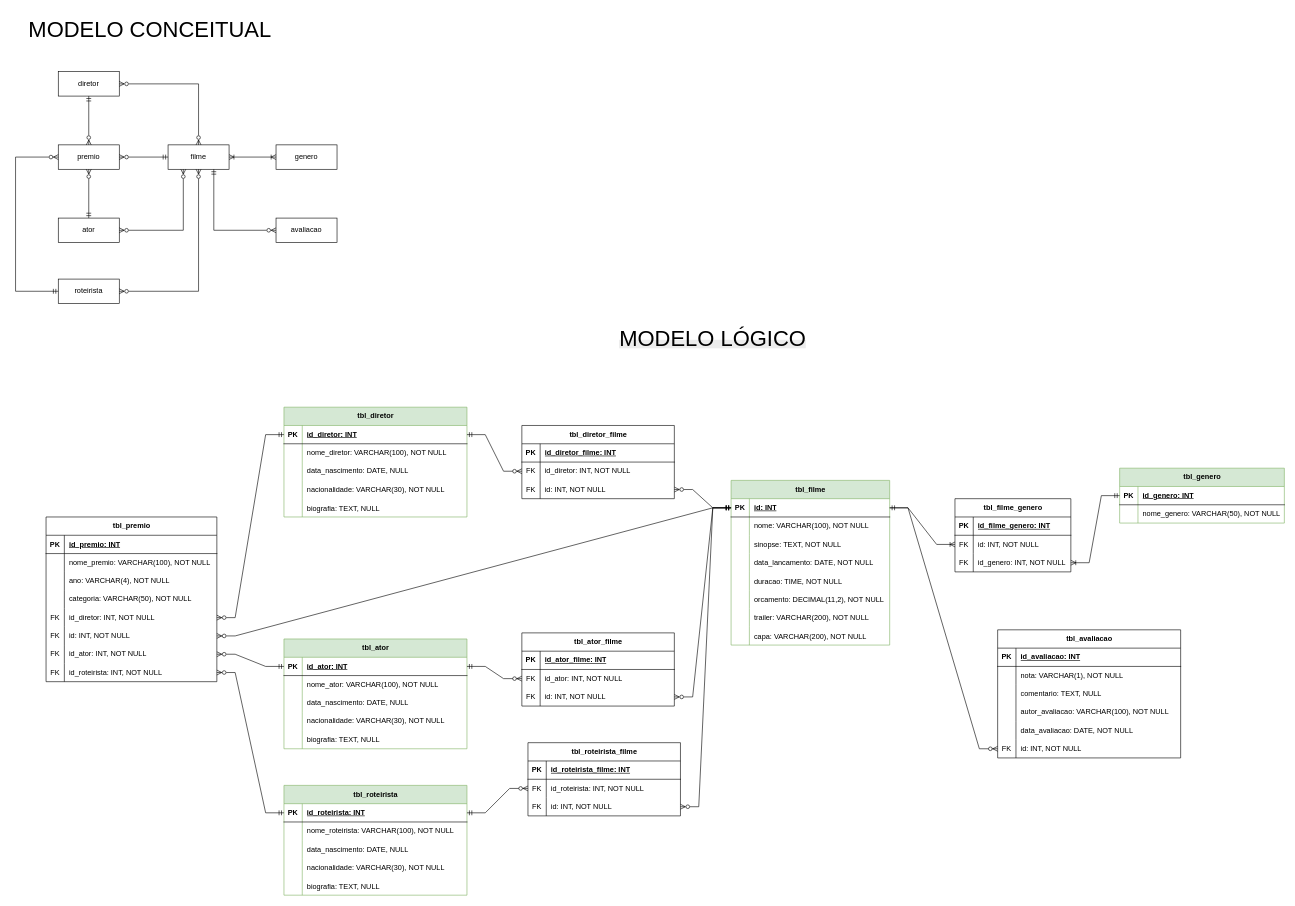
Earlier version of the draw.io diagram database/modelagem-db-locadora.drawio (marcelo23vds/api-locadora). Source tidied: cells renumbered, new cells numbered last; positions are measured from the earlier drawing's top-left corner, leaving out a move shared by most shapes. Both pictures are drawn from the tidied source at 61%, with x=0, y=0 at pixel (15, 10).
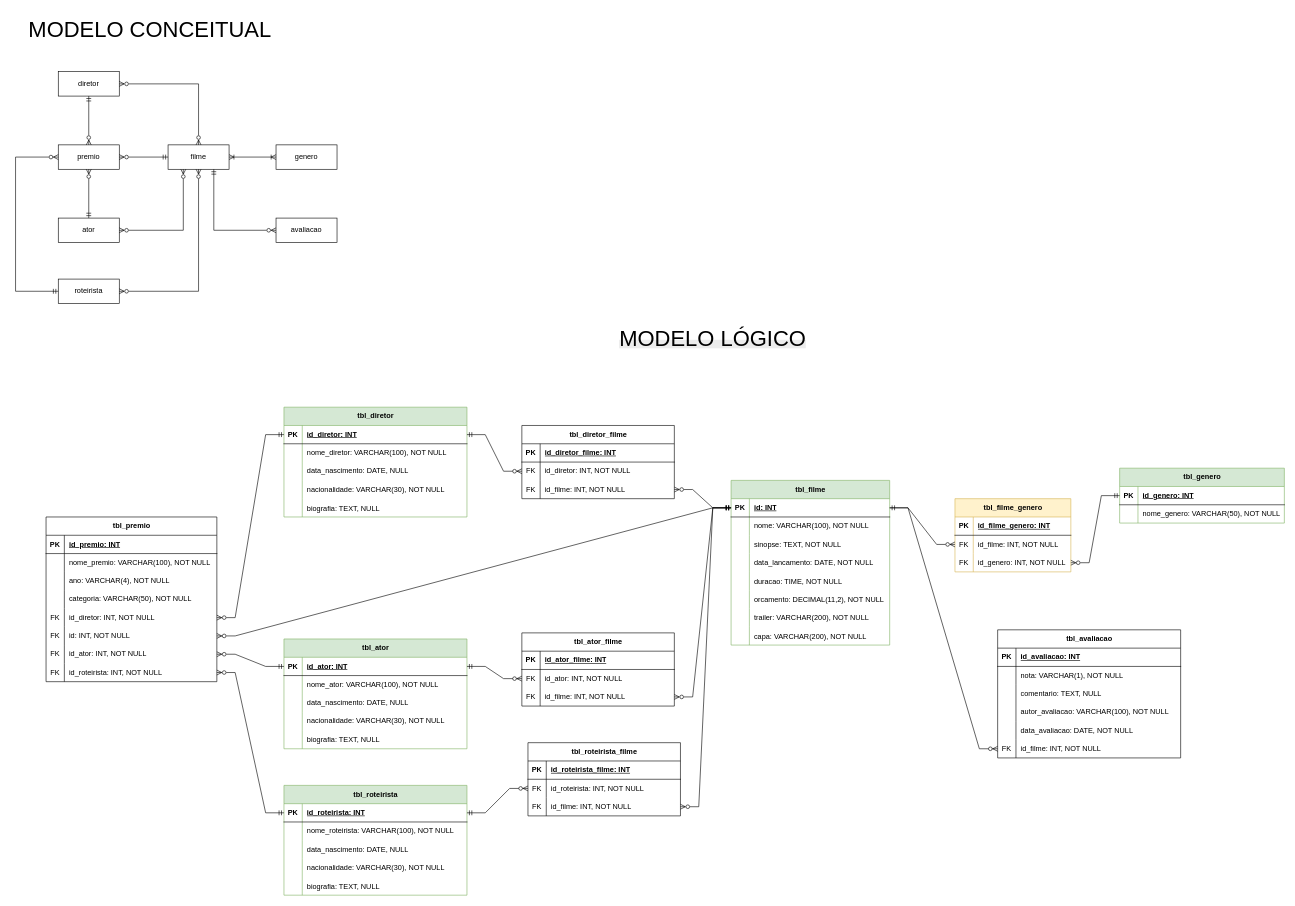
The same diagram, later.

The change refers to these unchanged cells:
```xml
<mxCell id="14" style="shape=tableRow;horizontal=0;startSize=0;swimlaneHead=0;swimlaneBody=0;fillColor=none;points=[[0,0.5],[1,0.5]];portConstraint=eastwest;top=0;left=0;right=0;bottom=1;" parent="13" vertex="1">
  <mxGeometry y="30" width="260" height="30" as="geometry" />
</mxCell>
<mxCell id="81" style="shape=tableRow;horizontal=0;startSize=0;swimlaneHead=0;swimlaneBody=0;fillColor=none;points=[[0,0.5],[1,0.5]];portConstraint=eastwest;top=0;left=0;right=0;bottom=1;" parent="80" vertex="1">
  <mxGeometry y="30" width="270" height="30" as="geometry" />
</mxCell>
<mxCell id="103" style="shape=tableRow;horizontal=0;startSize=0;swimlaneHead=0;swimlaneBody=0;fillColor=none;points=[[0,0.5],[1,0.5]];portConstraint=eastwest;top=0;left=0;right=0;bottom=0;" parent="87" vertex="1">
  <mxGeometry y="180" width="300" height="30" as="geometry" />
</mxCell>
<mxCell id="113" style="shape=tableRow;horizontal=0;startSize=0;swimlaneHead=0;swimlaneBody=0;fillColor=none;points=[[0,0.5],[1,0.5]];portConstraint=eastwest;top=0;left=0;right=0;bottom=0;" parent="106" vertex="1">
  <mxGeometry y="90" width="250" height="30" as="geometry" />
</mxCell>
<mxCell id="120" style="shape=tableRow;horizontal=0;startSize=0;swimlaneHead=0;swimlaneBody=0;fillColor=none;points=[[0,0.5],[1,0.5]];portConstraint=eastwest;top=0;left=0;right=0;bottom=0;" parent="116" vertex="1">
  <mxGeometry y="60" width="190" height="30" as="geometry" />
</mxCell>
<mxCell id="123" style="shape=tableRow;horizontal=0;startSize=0;swimlaneHead=0;swimlaneBody=0;fillColor=none;points=[[0,0.5],[1,0.5]];portConstraint=eastwest;top=0;left=0;right=0;bottom=0;" parent="116" vertex="1">
  <mxGeometry y="90" width="190" height="30" as="geometry" />
</mxCell>
<mxCell id="155" style="shape=tableRow;horizontal=0;startSize=0;swimlaneHead=0;swimlaneBody=0;fillColor=none;points=[[0,0.5],[1,0.5]];portConstraint=eastwest;top=0;left=0;right=0;bottom=0;" parent="148" vertex="1">
  <mxGeometry y="90" width="250" height="30" as="geometry" />
</mxCell>
<mxCell id="193" style="shape=tableRow;horizontal=0;startSize=0;swimlaneHead=0;swimlaneBody=0;fillColor=none;points=[[0,0.5],[1,0.5]];portConstraint=eastwest;top=0;left=0;right=0;bottom=0;" parent="186" vertex="1">
  <mxGeometry y="90" width="250" height="30" as="geometry" />
</mxCell>
```

Change to the diagram source:
```diff
@@
-    <mxCell id="105" value="id: INT, NOT NULL" style="shape=partialRectangle;fillColor=none;top=0;left=0;bottom=0;right=0;align=left;spacingLeft=6;fontStyle=0;overflow=hidden;whiteSpace=wrap;html=1;" parent="103" vertex="1">
+    <mxCell id="105" value="id_filme: INT, NOT NULL" style="shape=partialRectangle;fillColor=none;top=0;left=0;bottom=0;right=0;align=left;spacingLeft=6;fontStyle=0;overflow=hidden;whiteSpace=wrap;html=1;" parent="103" vertex="1">
       <mxGeometry x="30" width="270" height="30" as="geometry" />
     </mxCell>
@@
-    <mxCell id="115" value="id: INT, NOT NULL" style="shape=partialRectangle;fillColor=none;top=0;left=0;bottom=0;right=0;align=left;spacingLeft=6;fontStyle=0;overflow=hidden;whiteSpace=wrap;html=1;" parent="113" vertex="1">
+    <mxCell id="115" value="id_filme: INT, NOT NULL" style="shape=partialRectangle;fillColor=none;top=0;left=0;bottom=0;right=0;align=left;spacingLeft=6;fontStyle=0;overflow=hidden;whiteSpace=wrap;html=1;" parent="113" vertex="1">
       <mxGeometry x="30" width="220" height="30" as="geometry" />
     </mxCell>
-    <mxCell id="116" value="tbl_filme_genero" style="shape=table;startSize=30;childLayout=tableLayout;rowLines=0;fontStyle=1;align=center;html=1;" parent="1" vertex="1">
+    <mxCell id="116" value="tbl_filme_genero" style="shape=table;startSize=30;childLayout=tableLayout;rowLines=0;fontStyle=1;align=center;html=1;fillColor=#fff2cc;strokeColor=#d6b656;" parent="1" vertex="1">
       <mxGeometry x="1540" y="800" width="190" height="120" as="geometry" />
     </mxCell>
@@
-    <mxCell id="122" value="id: INT, NOT NULL" style="shape=partialRectangle;fillColor=none;top=0;left=0;bottom=0;right=0;align=left;spacingLeft=6;fontStyle=0;overflow=hidden;whiteSpace=wrap;html=1;" parent="120" vertex="1">
+    <mxCell id="122" value="id_filme: INT, NOT NULL" style="shape=partialRectangle;fillColor=none;top=0;left=0;bottom=0;right=0;align=left;spacingLeft=6;fontStyle=0;overflow=hidden;whiteSpace=wrap;html=1;" parent="120" vertex="1">
       <mxGeometry x="30" width="160" height="30" as="geometry" />
     </mxCell>
@@
-    <mxCell id="127" style="edgeStyle=entityRelationEdgeStyle;fontSize=12;html=1;endArrow=ERoneToMany;endFill=0;rounded=0;startArrow=ERmandOne;startFill=0;" parent="1" edge="1" source="14" target="120">
+    <mxCell id="127" style="edgeStyle=entityRelationEdgeStyle;fontSize=12;html=1;endArrow=ERzeroToMany;endFill=0;rounded=0;startArrow=ERmandOne;startFill=0;" parent="1" edge="1" source="14" target="120">
       <mxGeometry relative="1" as="geometry" />
     </mxCell>
-    <mxCell id="128" style="edgeStyle=entityRelationEdgeStyle;fontSize=12;html=1;endArrow=ERmandOne;endFill=0;rounded=0;startArrow=ERoneToMany;startFill=0;" parent="1" edge="1" source="123" target="81">
+    <mxCell id="128" style="edgeStyle=entityRelationEdgeStyle;fontSize=12;html=1;endArrow=ERmandOne;endFill=0;rounded=0;startArrow=ERzeroToMany;startFill=0;" parent="1" edge="1" source="123" target="81">
       <mxGeometry relative="1" as="geometry" />
     </mxCell>
@@
-    <mxCell id="157" value="id: INT, NOT NULL" style="shape=partialRectangle;fillColor=none;top=0;left=0;bottom=0;right=0;align=left;spacingLeft=6;fontStyle=0;overflow=hidden;whiteSpace=wrap;html=1;" parent="155" vertex="1">
+    <mxCell id="157" value="id_filme: INT, NOT NULL" style="shape=partialRectangle;fillColor=none;top=0;left=0;bottom=0;right=0;align=left;spacingLeft=6;fontStyle=0;overflow=hidden;whiteSpace=wrap;html=1;" parent="155" vertex="1">
       <mxGeometry x="30" width="220" height="30" as="geometry" />
     </mxCell>
@@
-    <mxCell id="195" value="id: INT, NOT NULL" style="shape=partialRectangle;fillColor=none;top=0;left=0;bottom=0;right=0;align=left;spacingLeft=6;fontStyle=0;overflow=hidden;whiteSpace=wrap;html=1;" parent="193" vertex="1">
+    <mxCell id="195" value="id_filme: INT, NOT NULL" style="shape=partialRectangle;fillColor=none;top=0;left=0;bottom=0;right=0;align=left;spacingLeft=6;fontStyle=0;overflow=hidden;whiteSpace=wrap;html=1;" parent="193" vertex="1">
       <mxGeometry x="30" width="220" height="30" as="geometry" />
     </mxCell>
```
